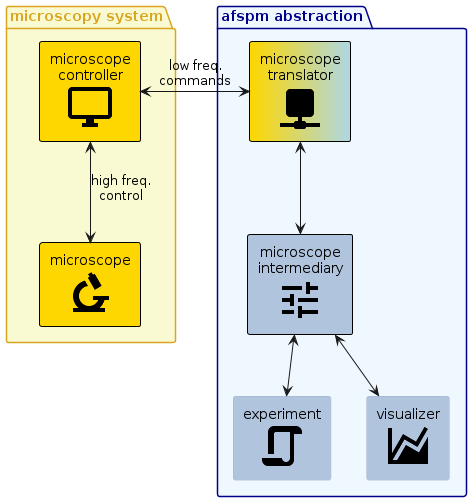
This is docs/images/afspm_hl_diagram.png from nsulmol/afspm, a PlantUML export, as it was before one commit.
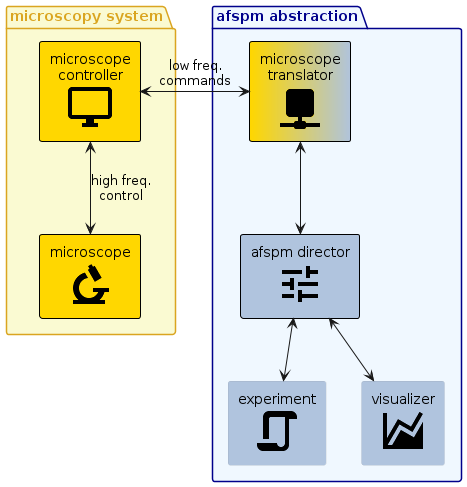
After the change.

The edit, as a diff of the source:
```diff
@@ -9,7 +9,7 @@
 
 package "afspm abstraction" <<groupinternal>> {
   component "microscope\ntranslator\n<$ma_network>" <<interface>> <<required>> as devcon
-  component "microscope\nintermediary\n<$ma_tune>" <<internal>> <<required>> as afspmcon
+  component "afspm director\n<$ma_tune>" <<internal>> <<required>> as afspmcon
 
   component "experiment\n<$ma_script>" <<internal>> as exp
   component "visualizer\n<$ma_chart_areaspline>" <<internal>> as viz
```
